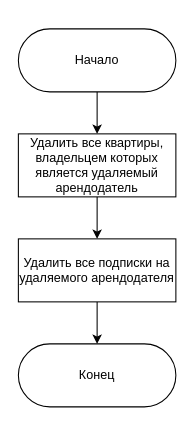
This is page "LandlordTrigger" (2 of 5) of doc/diagram/triggers.drawio from ilyasssklimov/bmstu_CourseProjectDB, a draw.io file, before an edit. Source tidied: cells renumbered, new cells numbered last; positions are measured from the earlier drawing's top-left corner, leaving out a move shared by most shapes. Both pictures are drawn from the tidied source at 105%, with x=0, y=0 at pixel (18, 28).
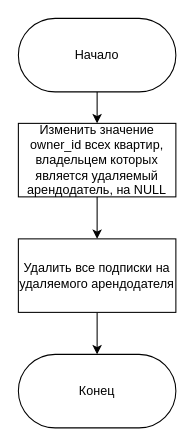
The same diagram, later.

Change to the diagram source:
```diff
@@
 <mxGraphModel>
   <root>
     <mxCell id="0" />
     <mxCell id="1" parent="0" />
     <mxCell id="2" style="edgeStyle=orthogonalEdgeStyle;rounded=0;jettySize=auto;html=1;exitX=0.5;exitY=1;exitDx=0;exitDy=0;entryX=0.5;entryY=0;entryDx=0;entryDy=0;" parent="1" edge="1" source="3" target="6">
       <mxGeometry relative="1" as="geometry" />
     </mxCell>
     <mxCell id="3" value="Начало" style="rounded=1;whiteSpace=wrap;html=1;strokeWidth=1;fillColor=#FFFFFF;arcSize=50;" parent="1" vertex="1">
-      <mxGeometry width="150" height="60" as="geometry" />
+      <mxGeometry y="-10" width="150" height="70" as="geometry" />
     </mxCell>
     <mxCell id="4" value="Конец" style="rounded=1;whiteSpace=wrap;html=1;strokeWidth=1;fillColor=#FFFFFF;arcSize=50;" parent="1" vertex="1">
-      <mxGeometry y="300" width="150" height="60" as="geometry" />
+      <mxGeometry y="310" width="150" height="70" as="geometry" />
     </mxCell>
     <mxCell id="5" style="edgeStyle=orthogonalEdgeStyle;rounded=0;jettySize=auto;html=1;exitX=0.5;exitY=1;exitDx=0;exitDy=0;entryX=0.5;entryY=0;entryDx=0;entryDy=0;" parent="1" edge="1" source="6" target="8">
       <mxGeometry relative="1" as="geometry" />
     </mxCell>
-    <mxCell id="6" value="Удалить все квартиры, владельцем которых является удаляемый арендодатель" style="rounded=0;whiteSpace=wrap;html=1;strokeWidth=1;fillColor=#FFFFFF;" parent="1" vertex="1">
-      <mxGeometry y="100" width="150" height="60" as="geometry" />
+    <mxCell id="6" value="Изменить значение owner_id всех квартир, владельцем которых является удаляемый арендодатель, на NULL" style="rounded=0;whiteSpace=wrap;html=1;strokeWidth=1;fillColor=#FFFFFF;" parent="1" vertex="1">
+      <mxGeometry y="90" width="150" height="70" as="geometry" />
     </mxCell>
     <mxCell id="7" style="edgeStyle=orthogonalEdgeStyle;rounded=0;jettySize=auto;html=1;exitX=0.5;exitY=1;exitDx=0;exitDy=0;entryX=0.5;entryY=0;entryDx=0;entryDy=0;" parent="1" edge="1" source="8" target="4">
       <mxGeometry relative="1" as="geometry" />
     </mxCell>
     <mxCell id="8" value="Удалить все подписки на удаляемого арендодателя" style="rounded=0;whiteSpace=wrap;html=1;strokeWidth=1;fillColor=#FFFFFF;" parent="1" vertex="1">
-      <mxGeometry y="200" width="150" height="60" as="geometry" />
+      <mxGeometry y="200" width="150" height="70" as="geometry" />
     </mxCell>
   </root>
 </mxGraphModel>
```
